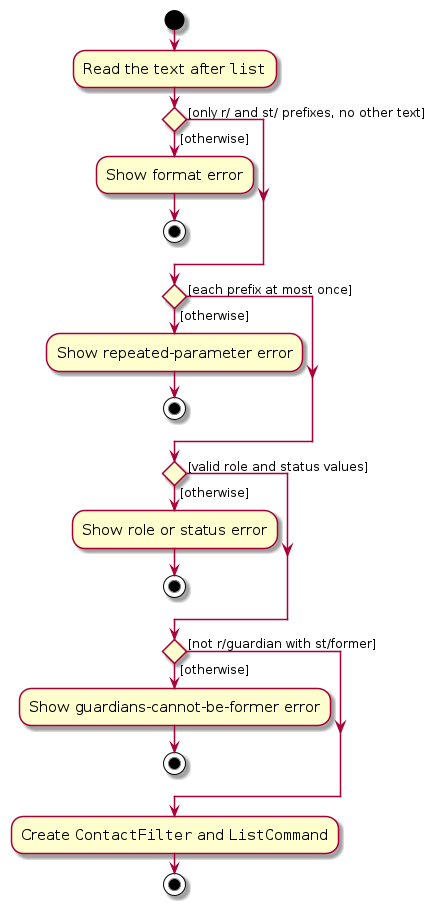
Above: diagrams/ListParserActivityDiagram.png in AY2627S1-CS2103T-T15-2/tp (PlantUML), before the change. Its source is kept beside it as diagrams/ListParserActivityDiagram.puml. Its diagram source:
```plantuml
@startuml
skin rose
skinparam ActivityFontSize 15
skinparam ArrowFontSize 12

start
:Read the text after ""list"";

if () then ([only r/ and st/ prefixes, no other text])
else ([otherwise])
    :Show format error;
    stop
endif

if () then ([each prefix at most once])
else ([otherwise])
    :Show repeated-parameter error;
    stop
endif

if () then ([valid role and status values])
else ([otherwise])
    :Show role or status error;
    stop
endif

if () then ([not r/guardian with st/former])
else ([otherwise])
    :Show guardians-cannot-be-former error;
    stop
endif

:Create ""ContactFilter"" and ""ListCommand"";
stop
@enduml
```
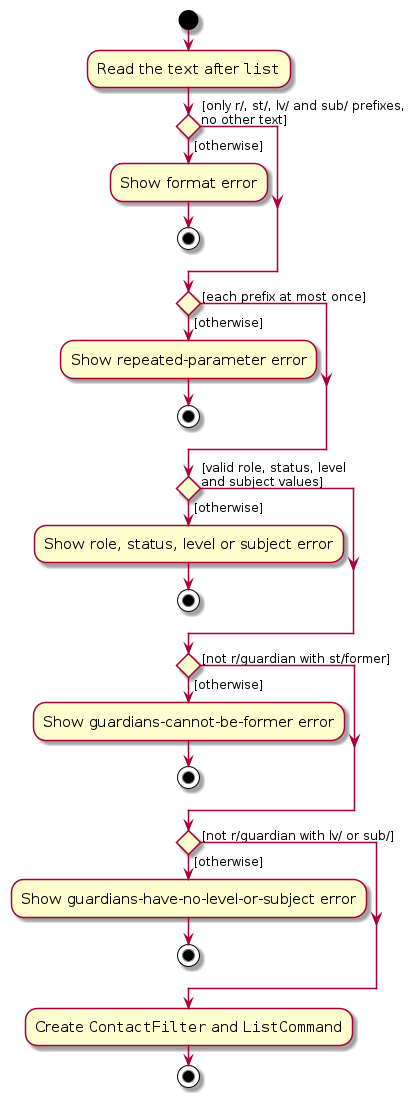
The same file after the commit.

The edit, as a diff of the source:
```diff
@@ -6,7 +6,7 @@
 start
 :Read the text after ""list"";
 
-if () then ([only r/ and st/ prefixes, no other text])
+if () then ([only r/, st/, lv/ and sub/ prefixes,\nno other text])
 else ([otherwise])
     :Show format error;
     stop
@@ -18,9 +18,9 @@
     stop
 endif
 
-if () then ([valid role and status values])
+if () then ([valid role, status, level\nand subject values])
 else ([otherwise])
-    :Show role or status error;
+    :Show role, status, level or subject error;
     stop
 endif
 
@@ -30,6 +30,12 @@
     stop
 endif
 
+if () then ([not r/guardian with lv/ or sub/])
+else ([otherwise])
+    :Show guardians-have-no-level-or-subject error;
+    stop
+endif
+
 :Create ""ContactFilter"" and ""ListCommand"";
 stop
 @enduml
```
